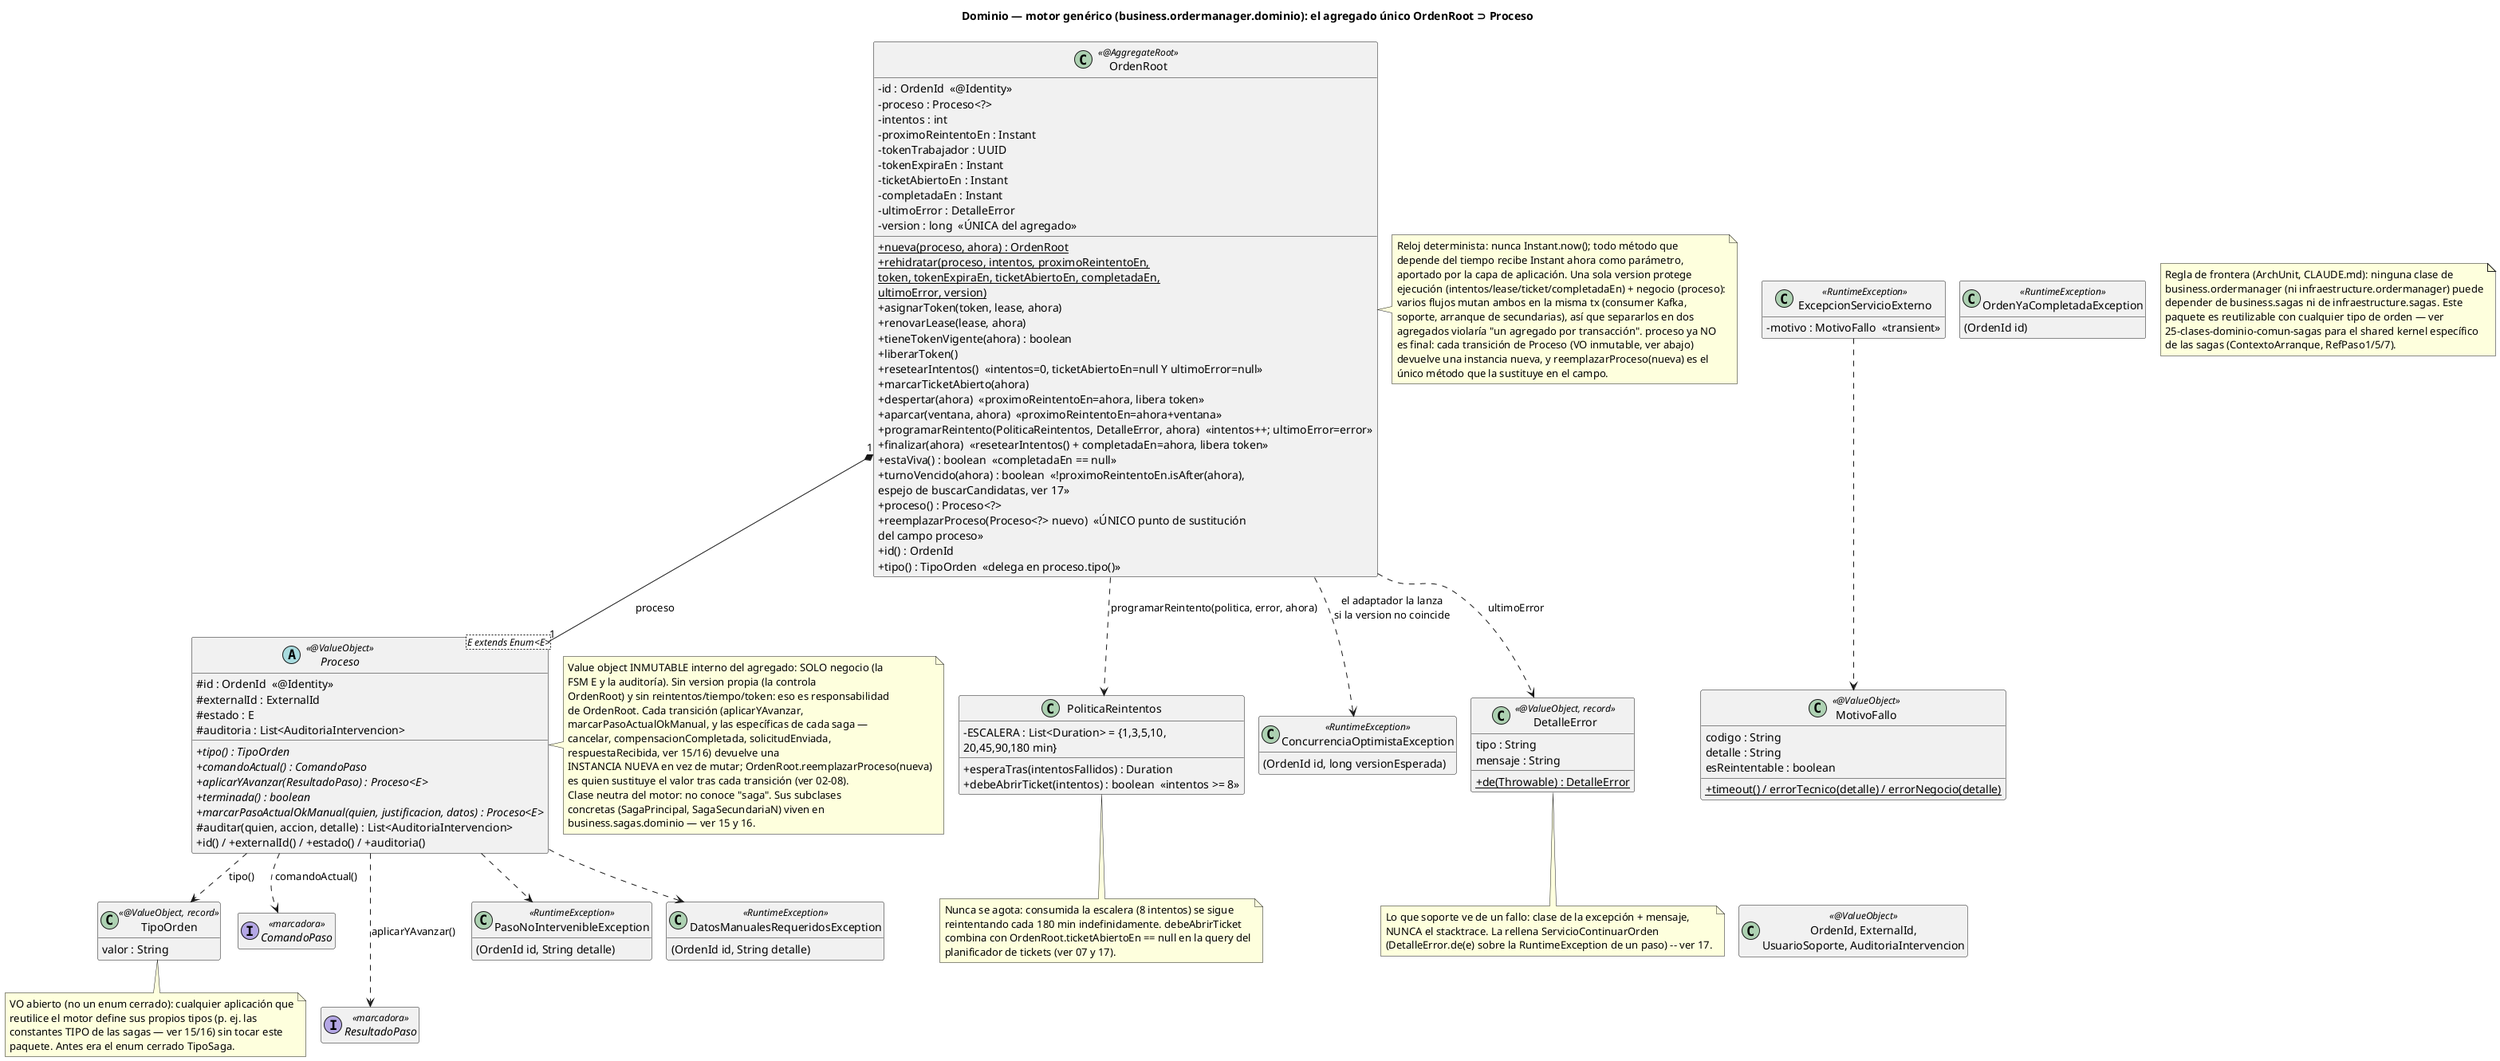
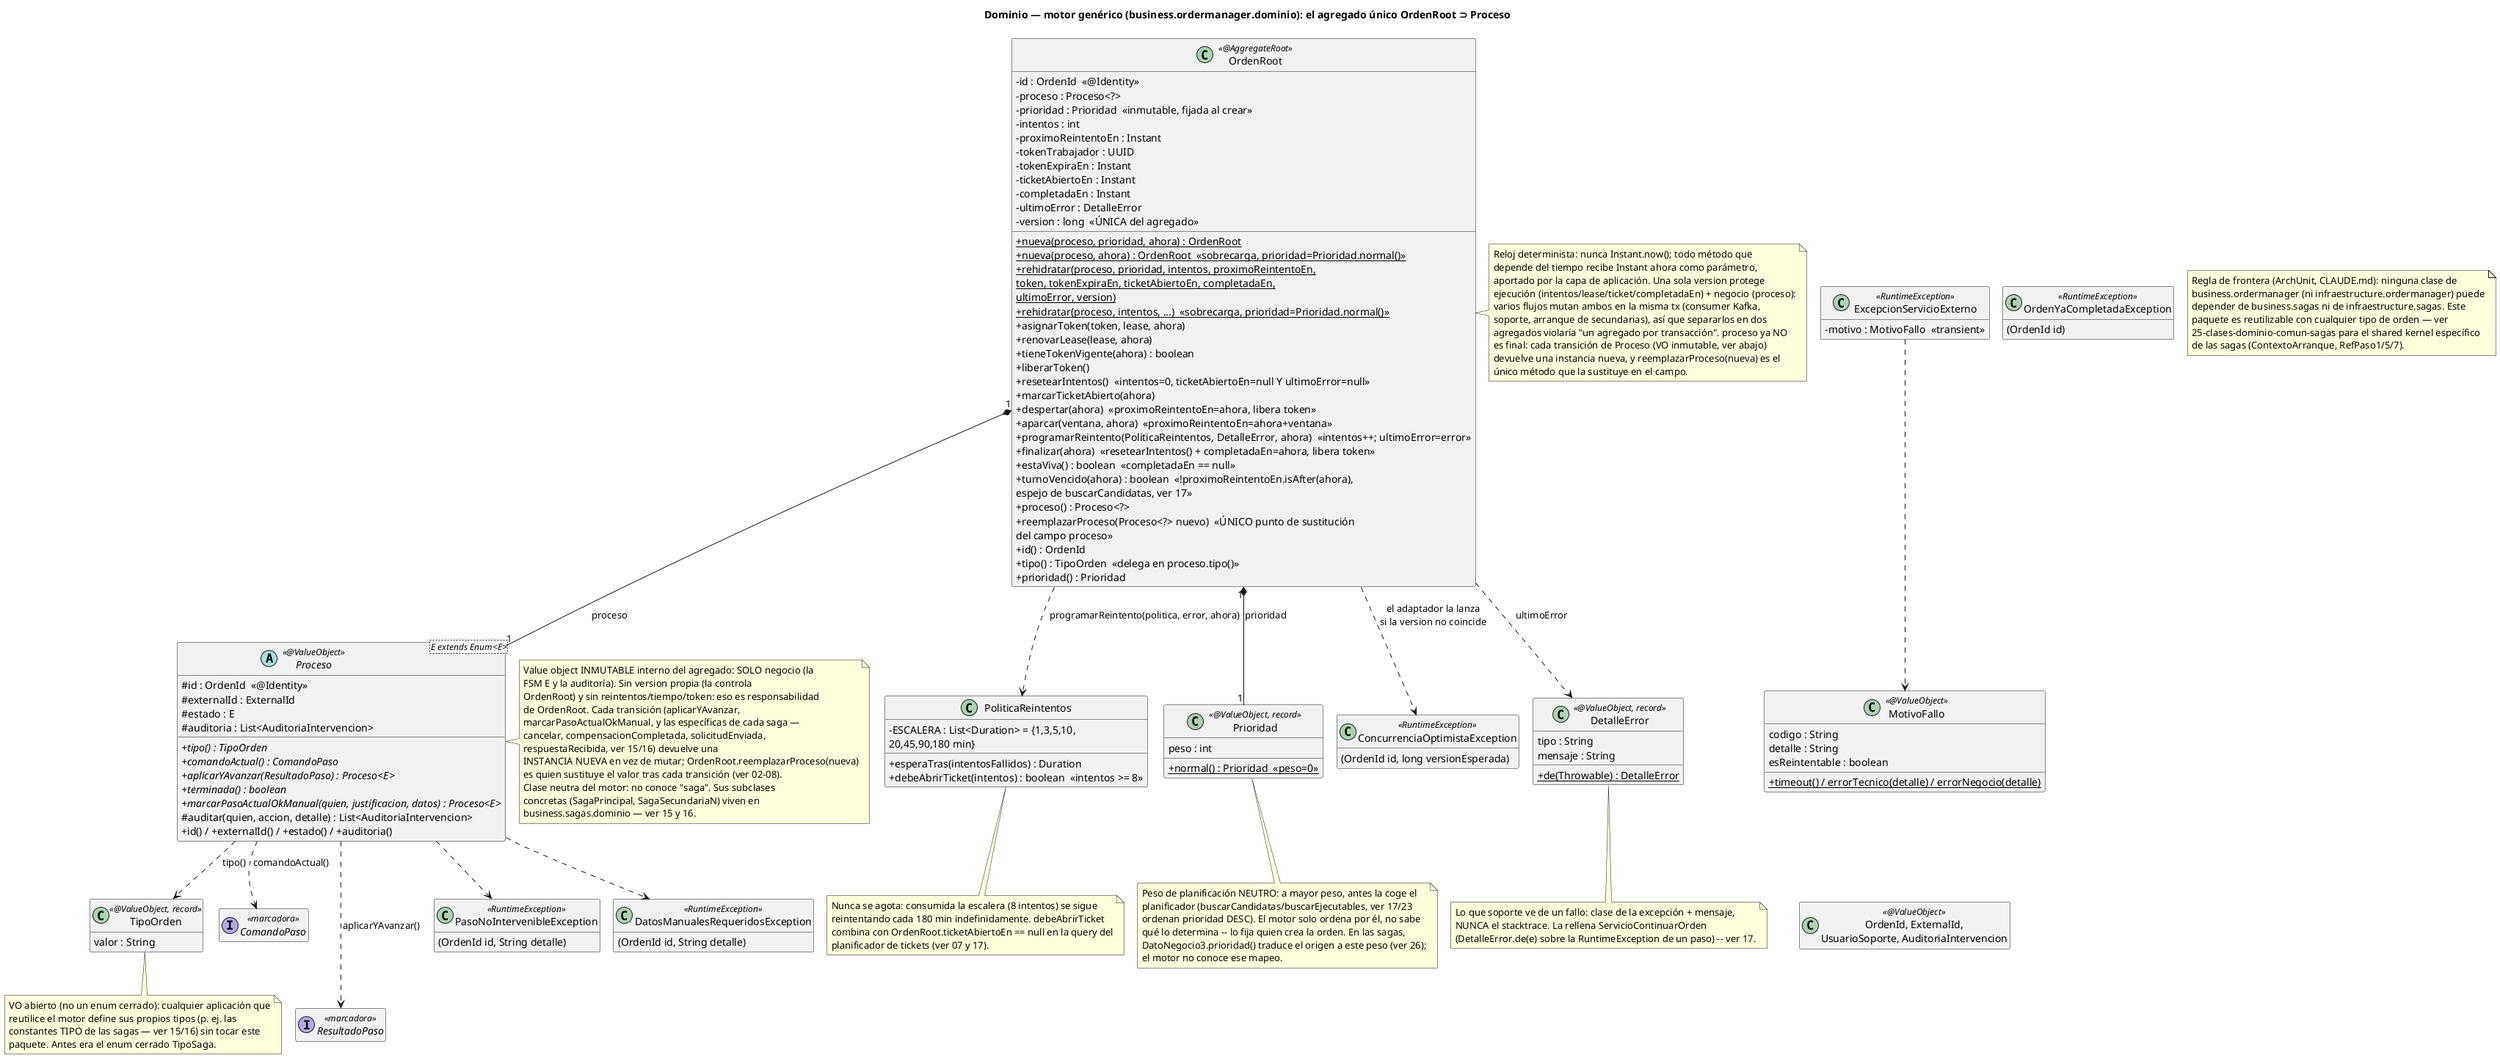
@startuml 14-clases-dominio-ordermanager
title Dominio — motor genérico (business.ordermanager.dominio): el agregado único OrdenRoot ⊃ Proceso
!pragma layout smetana
hide empty members
skinparam classAttributeIconSize 0

class OrdenRoot <<@AggregateRoot>> {
  -id : OrdenId  «@Identity»
  -proceso : Proceso<?>
+   -prioridad : Prioridad  «inmutable, fijada al crear»
  -intentos : int
  -proximoReintentoEn : Instant
  -tokenTrabajador : UUID
  -tokenExpiraEn : Instant
  -ticketAbiertoEn : Instant
  -completadaEn : Instant
  -ultimoError : DetalleError
  -version : long  «ÚNICA del agregado»
-   +{static} nueva(proceso, ahora) : OrdenRoot
-   +{static} rehidratar(proceso, intentos, proximoReintentoEn,\ntoken, tokenExpiraEn, ticketAbiertoEn, completadaEn,\nultimoError, version)
+   +{static} nueva(proceso, prioridad, ahora) : OrdenRoot
+   +{static} nueva(proceso, ahora) : OrdenRoot  «sobrecarga, prioridad=Prioridad.normal()»
+   +{static} rehidratar(proceso, prioridad, intentos, proximoReintentoEn,\ntoken, tokenExpiraEn, ticketAbiertoEn, completadaEn,\nultimoError, version)
+   +{static} rehidratar(proceso, intentos, ...)  «sobrecarga, prioridad=Prioridad.normal()»
  +asignarToken(token, lease, ahora)
  +renovarLease(lease, ahora)
  +tieneTokenVigente(ahora) : boolean
  +liberarToken()
  +resetearIntentos()  «intentos=0, ticketAbiertoEn=null Y ultimoError=null»
  +marcarTicketAbierto(ahora)
  +despertar(ahora)  «proximoReintentoEn=ahora, libera token»
  +aparcar(ventana, ahora)  «proximoReintentoEn=ahora+ventana»
  +programarReintento(PoliticaReintentos, DetalleError, ahora)  «intentos++; ultimoError=error»
  +finalizar(ahora)  «resetearIntentos() + completadaEn=ahora, libera token»
  +estaViva() : boolean  «completadaEn == null»
  +turnoVencido(ahora) : boolean  «!proximoReintentoEn.isAfter(ahora),\nespejo de buscarCandidatas, ver 17»
  +proceso() : Proceso<?>
  +reemplazarProceso(Proceso<?> nuevo)  «ÚNICO punto de sustitución\ndel campo proceso»
  +id() : OrdenId
  +tipo() : TipoOrden  «delega en proceso.tipo()»
+   +prioridad() : Prioridad
}
note right of OrdenRoot
  Reloj determinista: nunca Instant.now(); todo método que
  depende del tiempo recibe Instant ahora como parámetro,
  aportado por la capa de aplicación. Una sola version protege
  ejecución (intentos/lease/ticket/completadaEn) + negocio (proceso):
  varios flujos mutan ambos en la misma tx (consumer Kafka,
  soporte, arranque de secundarias), así que separarlos en dos
  agregados violaría "un agregado por transacción". proceso ya NO
  es final: cada transición de Proceso (VO inmutable, ver abajo)
  devuelve una instancia nueva, y reemplazarProceso(nueva) es el
  único método que la sustituye en el campo.
end note

abstract class "Proceso<E extends Enum<E>>" as Proceso <<@ValueObject>> {
  #id : OrdenId  «@Identity»
  #externalId : ExternalId
  #estado : E
  #auditoria : List<AuditoriaIntervencion>
  {abstract} +tipo() : TipoOrden
  {abstract} +comandoActual() : ComandoPaso
  {abstract} +aplicarYAvanzar(ResultadoPaso) : Proceso<E>
  {abstract} +terminada() : boolean
  {abstract} +marcarPasoActualOkManual(quien, justificacion, datos) : Proceso<E>
  #auditar(quien, accion, detalle) : List<AuditoriaIntervencion>
  +id() / +externalId() / +estado() / +auditoria()
}
note right of Proceso
  Value object INMUTABLE interno del agregado: SOLO negocio (la
  FSM E y la auditoría). Sin version propia (la controla
  OrdenRoot) y sin reintentos/tiempo/token: eso es responsabilidad
  de OrdenRoot. Cada transición (aplicarYAvanzar,
  marcarPasoActualOkManual, y las específicas de cada saga —
  cancelar, compensacionCompletada, solicitudEnviada,
  respuestaRecibida, ver 15/16) devuelve una
  INSTANCIA NUEVA en vez de mutar; OrdenRoot.reemplazarProceso(nueva)
  es quien sustituye el valor tras cada transición (ver 02-08).
  Clase neutra del motor: no conoce "saga". Sus subclases
  concretas (SagaPrincipal, SagaSecundariaN) viven en
  business.sagas.dominio — ver 15 y 16.
end note

class PoliticaReintentos {
  -ESCALERA : List<Duration> = {1,3,5,10,\n20,45,90,180 min}
  +esperaTras(intentosFallidos) : Duration
  +debeAbrirTicket(intentos) : boolean  «intentos >= 8»
}
note bottom of PoliticaReintentos
  Nunca se agota: consumida la escalera (8 intentos) se sigue
  reintentando cada 180 min indefinidamente. debeAbrirTicket
  combina con OrdenRoot.ticketAbiertoEn == null en la query del
  planificador de tickets (ver 07 y 17).
end note

class TipoOrden <<@ValueObject, record>> {
  valor : String
}
note bottom of TipoOrden
  VO abierto (no un enum cerrado): cualquier aplicación que
  reutilice el motor define sus propios tipos (p. ej. las
  constantes TIPO de las sagas — ver 15/16) sin tocar este
  paquete. Antes era el enum cerrado TipoSaga.
end note

+ class Prioridad <<@ValueObject, record>> {
+   peso : int
+   +{static} normal() : Prioridad  «peso=0»
+ }
+ note bottom of Prioridad
+   Peso de planificación NEUTRO: a mayor peso, antes la coge el
+   planificador (buscarCandidatas/buscarEjecutables, ver 17/23
+   ordenan prioridad DESC). El motor solo ordena por él, no sabe
+   qué lo determina -- lo fija quien crea la orden. En las sagas,
+   DatoNegocio3.prioridad() traduce el origen a este peso (ver 26);
+   el motor no conoce ese mapeo.
+ end note
+ 
interface ComandoPaso <<marcadora>>
interface ResultadoPaso <<marcadora>>

class ConcurrenciaOptimistaException <<RuntimeException>> {
  (OrdenId id, long versionEsperada)
}
class ExcepcionServicioExterno <<RuntimeException>> {
  -motivo : MotivoFallo  «transient»
}
class PasoNoIntervenibleException <<RuntimeException>> {
  (OrdenId id, String detalle)
}
class DatosManualesRequeridosException <<RuntimeException>> {
  (OrdenId id, String detalle)
}
class OrdenYaCompletadaException <<RuntimeException>> {
  (OrdenId id)
}

class MotivoFallo <<@ValueObject>> {
  codigo : String
  detalle : String
  esReintentable : boolean
  +{static} timeout() / errorTecnico(detalle) / errorNegocio(detalle)
}
class DetalleError <<@ValueObject, record>> {
  tipo : String
  mensaje : String
  +{static} de(Throwable) : DetalleError
}
note bottom of DetalleError
  Lo que soporte ve de un fallo: clase de la excepción + mensaje,
  NUNCA el stacktrace. La rellena ServicioContinuarOrden
  (DetalleError.de(e) sobre la RuntimeException de un paso) -- ver 17.
end note
class "OrdenId, ExternalId,\nUsuarioSoporte, AuditoriaIntervencion" as VOs <<@ValueObject>>

OrdenRoot "1" *-- "1" Proceso : proceso
+ OrdenRoot "1" *-- "1" Prioridad : prioridad
OrdenRoot ..> PoliticaReintentos : programarReintento(politica, error, ahora)
OrdenRoot ..> DetalleError : ultimoError
OrdenRoot ..> ConcurrenciaOptimistaException : el adaptador la lanza\nsi la version no coincide
Proceso ..> TipoOrden : tipo()
Proceso ..> ComandoPaso : comandoActual()
Proceso ..> ResultadoPaso : aplicarYAvanzar()
Proceso ..> PasoNoIntervenibleException
Proceso ..> DatosManualesRequeridosException
ExcepcionServicioExterno ..> MotivoFallo

' Layout: columnas sin cruces
ComandoPaso -[hidden]down- ResultadoPaso
MotivoFallo -[hidden]down- VOs

note as NFrontera
  Regla de frontera (ArchUnit, CLAUDE.md): ninguna clase de
  business.ordermanager (ni infraestructure.ordermanager) puede
  depender de business.sagas ni de infraestructure.sagas. Este
  paquete es reutilizable con cualquier tipo de orden — ver
  25-clases-dominio-comun-sagas para el shared kernel específico
  de las sagas (ContextoArranque, RefPaso1/5/7).
end note
@enduml
